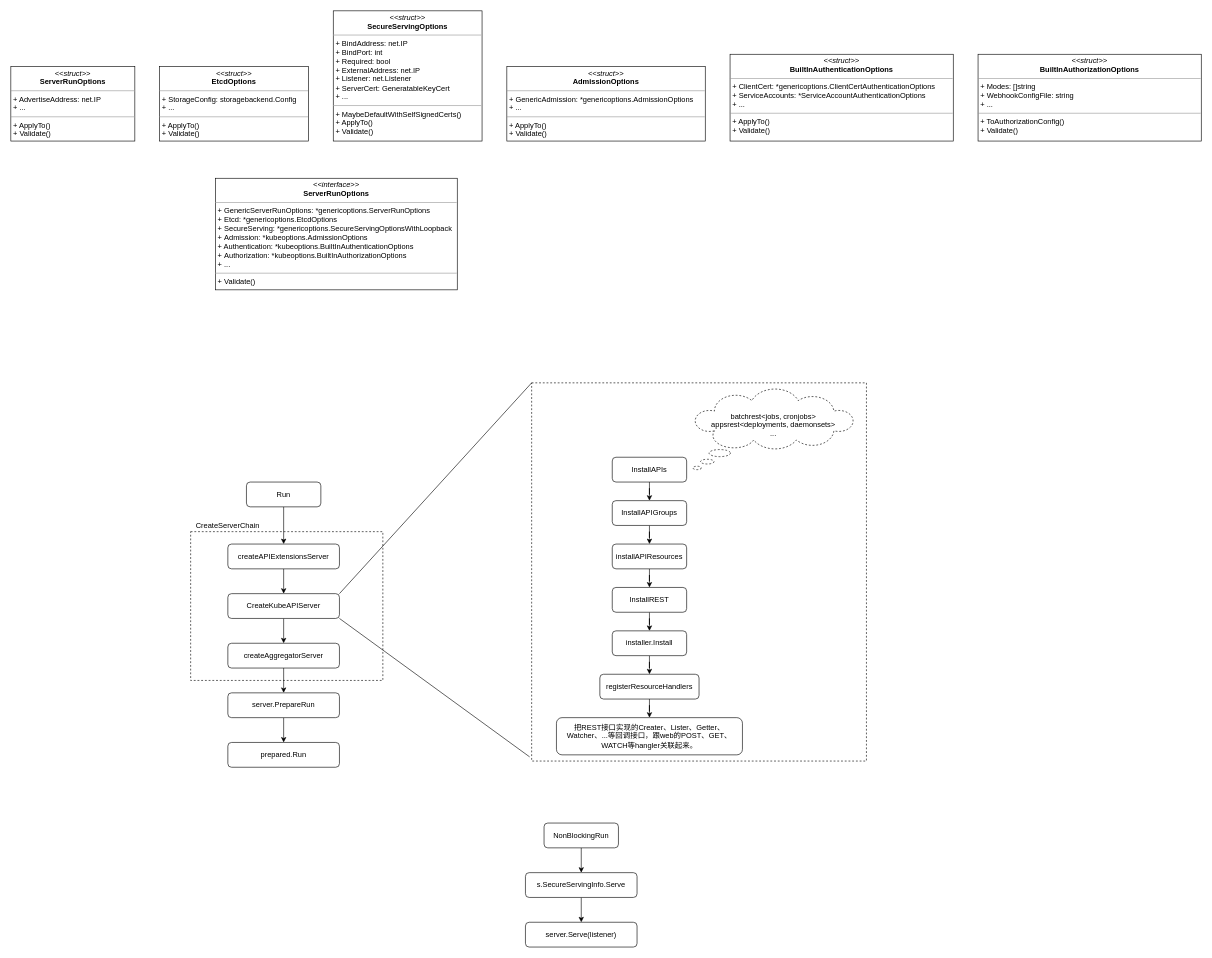
This is apiserver.drawio from Richard-Joe/draw-io, a draw.io file, before an edit. Source tidied: cells renumbered, new cells numbered last; positions are measured from the earlier drawing's top-left corner, leaving out a move shared by most shapes. Both pictures are drawn from the tidied source at 62%, with x=0, y=0 at pixel (11, 11).
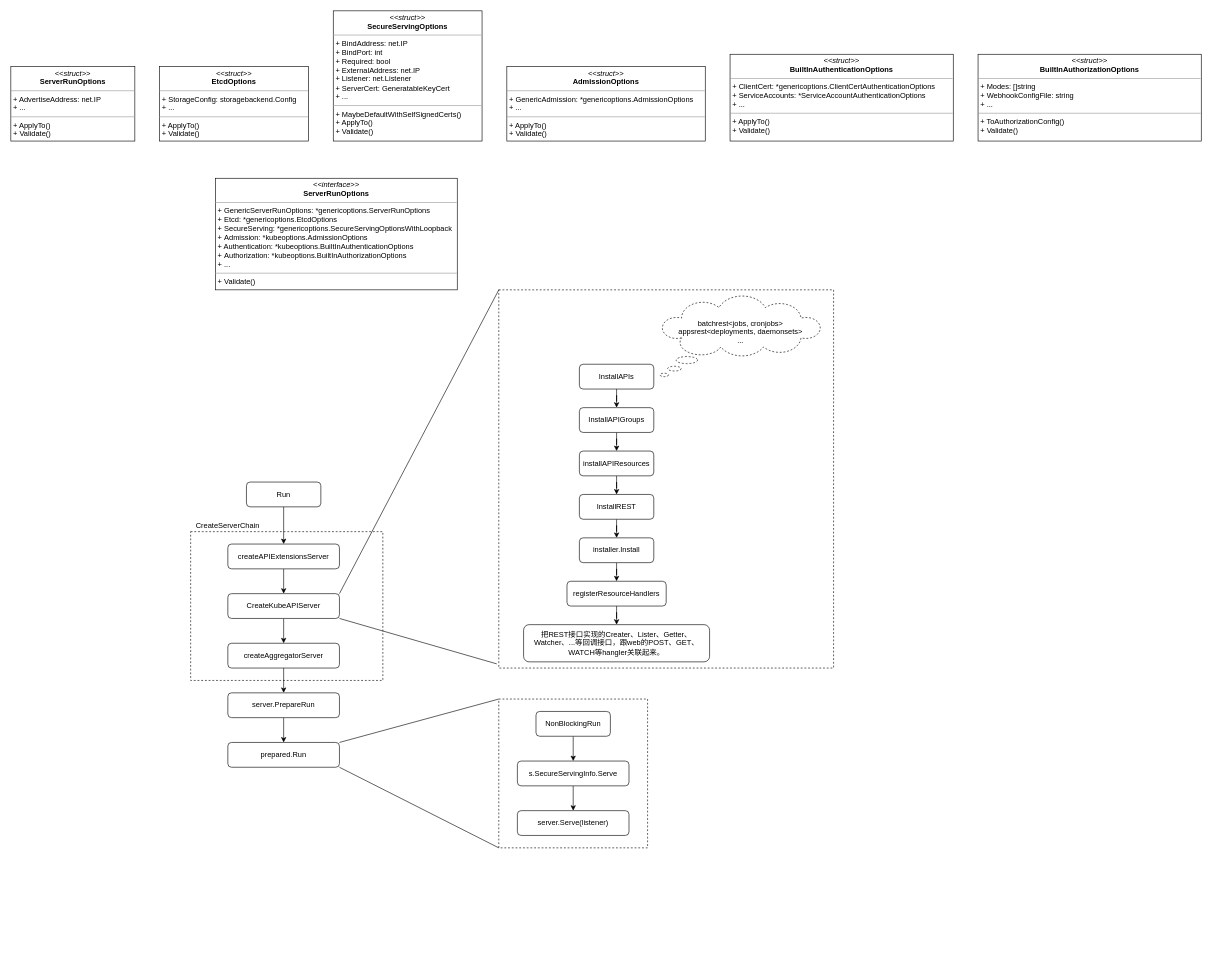
The same page after the edit.

The change refers to these unchanged cells:
```xml
<mxCell id="22" value="prepared.Run" style="rounded=1;whiteSpace=wrap;html=1;" parent="1" vertex="1">
  <mxGeometry x="350" y="1180" width="180" height="40" as="geometry" />
</mxCell>
```

What changed in the source:
```diff
@@
+    <mxCell id="44" style="rounded=0;whiteSpace=wrap;html=1;dashed=1;" parent="1" vertex="1">
+      <mxGeometry x="787" y="1110" width="240" height="240" as="geometry" />
+    </mxCell>
     <mxCell id="2" style="rounded=0;whiteSpace=wrap;html=1;dashed=1;" parent="1" vertex="1">
-      <mxGeometry x="840" y="600" width="540" height="610" as="geometry" />
+      <mxGeometry x="787" y="450" width="540" height="610" as="geometry" />
     </mxCell>
@@
     <mxCell id="24" value="InstallAPIs" style="rounded=1;whiteSpace=wrap;html=1;" parent="1" vertex="1">
-      <mxGeometry x="970" y="720" width="120" height="40" as="geometry" />
+      <mxGeometry x="917" y="570" width="120" height="40" as="geometry" />
     </mxCell>
     <mxCell id="25" value="batchrest&amp;lt;jobs, cronjobs&amp;gt;&lt;br&gt;appsrest&amp;lt;deployments, daemonsets&amp;gt;&lt;br&gt;...&lt;br&gt;&lt;br&gt;" style="whiteSpace=wrap;html=1;shape=mxgraph.basic.cloud_callout;dashed=1;" parent="1" vertex="1">
-      <mxGeometry x="1100" y="610" width="260" height="130" as="geometry" />
+      <mxGeometry x="1047" y="460" width="260" height="130" as="geometry" />
     </mxCell>
@@
     <mxCell id="27" value="InstallAPIGroups" style="rounded=1;whiteSpace=wrap;html=1;" parent="1" vertex="1">
-      <mxGeometry x="970" y="790" width="120" height="40" as="geometry" />
+      <mxGeometry x="917" y="640" width="120" height="40" as="geometry" />
     </mxCell>
@@
     <mxCell id="29" value="installAPIResources" style="rounded=1;whiteSpace=wrap;html=1;" parent="1" vertex="1">
-      <mxGeometry x="970" y="860" width="120" height="40" as="geometry" />
+      <mxGeometry x="917" y="710" width="120" height="40" as="geometry" />
     </mxCell>
@@
     <mxCell id="31" value="InstallREST" style="rounded=1;whiteSpace=wrap;html=1;" parent="1" vertex="1">
-      <mxGeometry x="970" y="930" width="120" height="40" as="geometry" />
+      <mxGeometry x="917" y="780" width="120" height="40" as="geometry" />
     </mxCell>
@@
     <mxCell id="33" value="installer.Install" style="rounded=1;whiteSpace=wrap;html=1;" parent="1" vertex="1">
-      <mxGeometry x="970" y="1000" width="120" height="40" as="geometry" />
+      <mxGeometry x="917" y="850" width="120" height="40" as="geometry" />
     </mxCell>
@@
     <mxCell id="35" value="registerResourceHandlers" style="rounded=1;whiteSpace=wrap;html=1;" parent="1" vertex="1">
-      <mxGeometry x="950" y="1070" width="160" height="40" as="geometry" />
+      <mxGeometry x="897" y="920" width="160" height="40" as="geometry" />
     </mxCell>
     <mxCell id="36" value="把REST接口实现的Creater、Lister、Getter、Watcher、...等回调接口，跟web的POST、GET、WATCH等hangler关联起来。" style="rounded=1;whiteSpace=wrap;html=1;" parent="1" vertex="1">
-      <mxGeometry x="880" y="1140" width="300" height="60" as="geometry" />
+      <mxGeometry x="827" y="990" width="300" height="60" as="geometry" />
     </mxCell>
@@
     <mxCell id="40" value="NonBlockingRun" style="rounded=1;whiteSpace=wrap;html=1;" parent="1" vertex="1">
-      <mxGeometry x="860" y="1310" width="120" height="40" as="geometry" />
+      <mxGeometry x="847" y="1130" width="120" height="40" as="geometry" />
     </mxCell>
@@
     <mxCell id="42" value="s.SecureServingInfo.Serve" style="rounded=1;whiteSpace=wrap;html=1;" parent="1" vertex="1">
-      <mxGeometry x="830" y="1390" width="180" height="40" as="geometry" />
+      <mxGeometry x="817" y="1210" width="180" height="40" as="geometry" />
     </mxCell>
     <mxCell id="43" value="server.Serve(listener)" style="rounded=1;whiteSpace=wrap;html=1;" parent="1" vertex="1">
-      <mxGeometry x="830" y="1470" width="180" height="40" as="geometry" />
+      <mxGeometry x="817" y="1290" width="180" height="40" as="geometry" />
     </mxCell>
+    <mxCell id="45" style="endArrow=none;html=1;rounded=0;exitX=1;exitY=0;exitDx=0;exitDy=0;entryX=0;entryY=0;entryDx=0;entryDy=0;" parent="1" edge="1" source="22" target="44">
+      <mxGeometry relative="1" as="geometry" />
+    </mxCell>
+    <mxCell id="46" style="endArrow=none;html=1;rounded=0;exitX=1;exitY=1;exitDx=0;exitDy=0;entryX=0;entryY=1;entryDx=0;entryDy=0;" parent="1" edge="1" source="22" target="44">
+      <mxGeometry relative="1" as="geometry" />
+    </mxCell>
```
